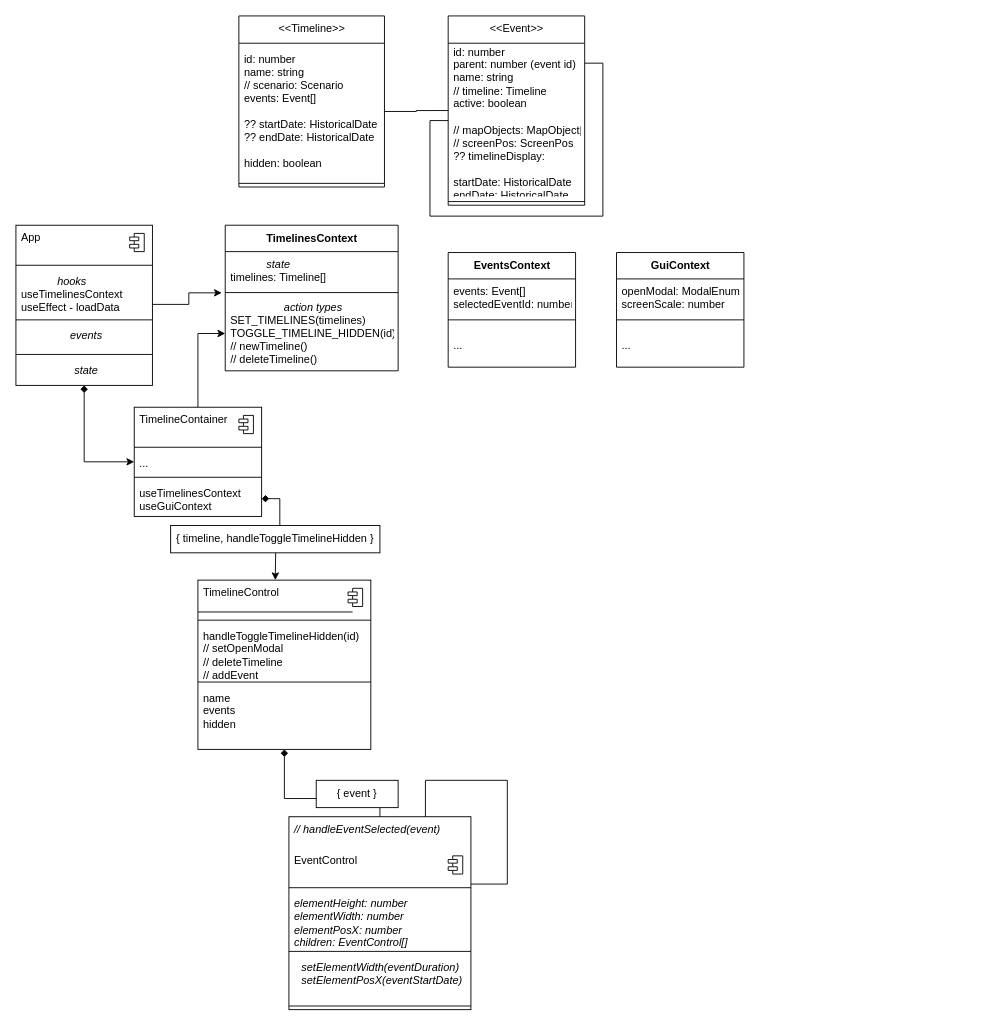
The draw.io diagram src/docs/class-diagram.drawio in Matron/drawings, before the edit. Source tidied: cells renumbered, new cells numbered last; positions are measured from the earlier drawing's top-left corner, leaving out a move shared by most shapes. Both pictures are drawn from the tidied source at 91%, with x=0, y=0 at pixel (15, 15).
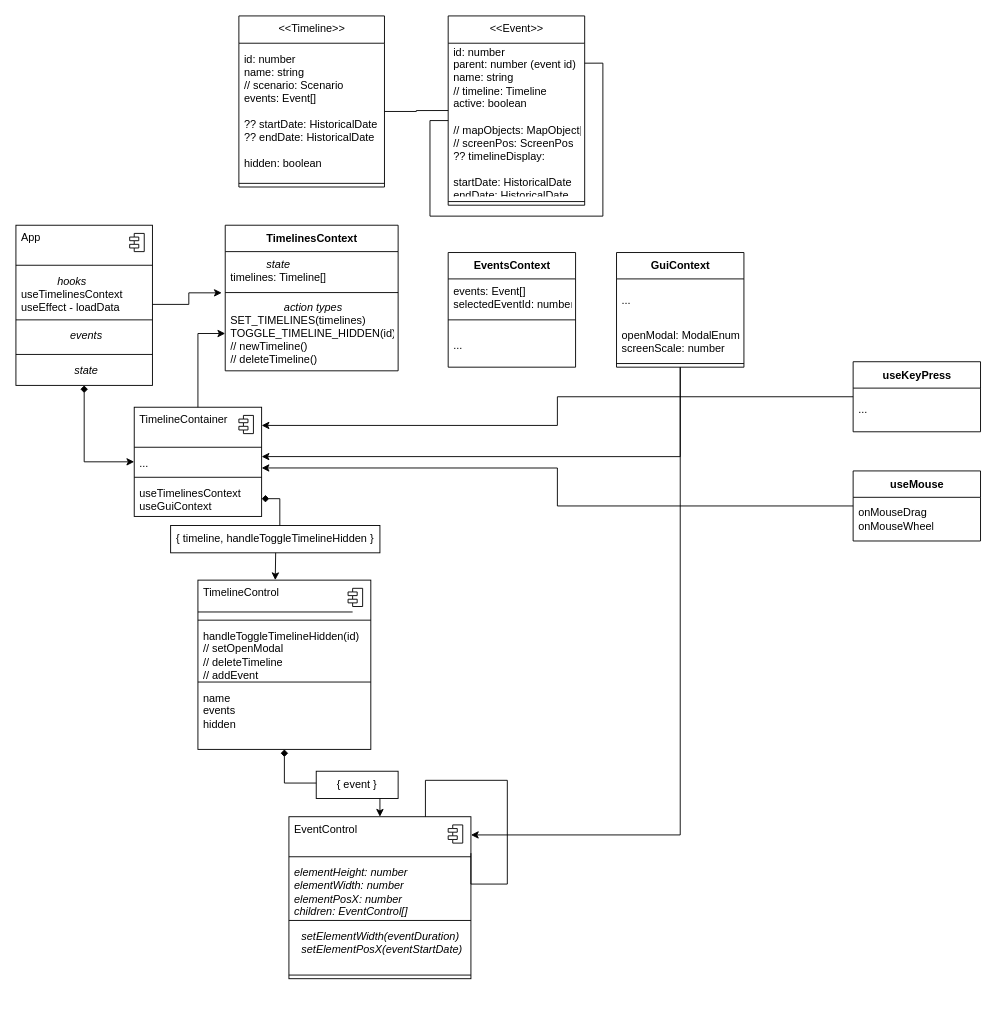
After the change.

Unchanged cells that the change refers to:
```xml
<mxCell id="27" value="TimelineContainer" style="html=1;align=left;spacingLeft=4;verticalAlign=top;strokeColor=none;fillColor=none;" parent="26" vertex="1">
  <mxGeometry width="140" height="40" as="geometry" />
</mxCell>
<mxCell id="30" value="..." style="html=1;align=left;spacingLeft=4;verticalAlign=top;strokeColor=none;fillColor=none;" parent="26" vertex="1">
  <mxGeometry y="48" width="140" height="25" as="geometry" />
</mxCell>
<mxCell id="46" value="GuiContext" style="swimlane;fontStyle=1;align=center;verticalAlign=middle;horizontal=1;startSize=29;html=1;" parent="1" vertex="1">
  <mxGeometry x="660" y="260" width="140" height="126" as="geometry" />
</mxCell>
```

Diff of the diagram source:
```diff
@@
+    <mxCell id="65" style="edgeStyle=orthogonalEdgeStyle;rounded=0;jettySize=auto;html=1;entryX=1;entryY=0.25;entryDx=0;entryDy=0;" parent="1" edge="1" source="46" target="30">
+      <mxGeometry relative="1" as="geometry">
+        <Array as="points">
+          <mxPoint x="730" y="484" />
+        </Array>
+      </mxGeometry>
+    </mxCell>
+    <mxCell id="66" style="edgeStyle=orthogonalEdgeStyle;rounded=0;jettySize=auto;html=1;entryX=1;entryY=0.5;entryDx=0;entryDy=0;" parent="1" edge="1" source="46" target="55">
+      <mxGeometry relative="1" as="geometry">
+        <Array as="points">
+          <mxPoint x="730" y="900" />
+        </Array>
+      </mxGeometry>
+    </mxCell>
@@
+    <mxCell id="49" value="..." style="text;html=1;strokeColor=none;fillColor=none;align=left;verticalAlign=middle;spacingLeft=4;spacingRight=4;overflow=hidden;" parent="46" vertex="1">
+      <mxGeometry y="29" width="140" height="48" as="geometry" />
+    </mxCell>
     <mxCell id="47" value="openModal: ModalEnum&lt;br&gt;screenScale: number" style="text;html=1;strokeColor=none;fillColor=none;align=left;verticalAlign=middle;spacingLeft=4;spacingRight=4;overflow=hidden;" parent="46" vertex="1">
-      <mxGeometry y="29" width="140" height="41" as="geometry" />
+      <mxGeometry y="77" width="140" height="41" as="geometry" />
     </mxCell>
     <mxCell id="48" style="line;strokeWidth=1;fillColor=none;align=left;verticalAlign=middle;spacingTop=-1;spacingLeft=3;spacingRight=3;labelPosition=right;" parent="46" vertex="1">
-      <mxGeometry y="70" width="140" height="8" as="geometry" />
+      <mxGeometry y="118" width="140" height="8" as="geometry" />
     </mxCell>
-    <mxCell id="49" value="..." style="text;html=1;strokeColor=none;fillColor=none;align=left;verticalAlign=middle;spacingLeft=4;spacingRight=4;overflow=hidden;" parent="46" vertex="1">
-      <mxGeometry y="78" width="140" height="48" as="geometry" />
-    </mxCell>
@@
     <mxCell id="53" style="fontStyle=1;align=center;verticalAlign=top;horizontal=1;" parent="1" vertex="1">
-      <mxGeometry x="300" y="880" width="200" height="212" as="geometry" />
+      <mxGeometry x="300" y="880" width="200" height="178" as="geometry" />
     </mxCell>
-    <mxCell id="54" value="&lt;i&gt;// handleEventSelected(event)&lt;br&gt;&lt;/i&gt;" style="html=1;align=left;spacingLeft=4;verticalAlign=top;strokeColor=none;fillColor=none;" parent="53" vertex="1">
-      <mxGeometry width="200" height="34" as="geometry" />
-    </mxCell>
     <mxCell id="55" value="EventControl" style="html=1;align=left;spacingLeft=4;verticalAlign=top;strokeColor=none;fillColor=none;" parent="53" vertex="1">
-      <mxGeometry y="34" width="200" height="40" as="geometry" />
+      <mxGeometry width="200" height="40" as="geometry" />
     </mxCell>
@@
     <mxCell id="57" style="line;strokeWidth=1;fillColor=none;align=left;verticalAlign=middle;spacingTop=-1;spacingLeft=3;spacingRight=3;labelPosition=right;" parent="53" vertex="1">
-      <mxGeometry y="74" width="200" height="8" as="geometry" />
+      <mxGeometry y="40" width="200" height="8" as="geometry" />
     </mxCell>
     <mxCell id="58" value="&lt;div&gt;&lt;i&gt;elementHeight: number&lt;/i&gt;&lt;/div&gt;&lt;div&gt;&lt;i&gt;elementWidth: number&lt;/i&gt;&lt;/div&gt;&lt;div&gt;&lt;i&gt;elementPosX: number&lt;/i&gt;&lt;/div&gt;&lt;div&gt;&lt;i&gt;children: EventControl[]&lt;/i&gt;&lt;/div&gt;" style="html=1;align=left;spacingLeft=4;verticalAlign=top;strokeColor=none;fillColor=none;" parent="53" vertex="1">
-      <mxGeometry y="82" width="200" height="62" as="geometry" />
+      <mxGeometry y="48" width="200" height="62" as="geometry" />
     </mxCell>
     <mxCell id="59" style="line;strokeWidth=1;fillColor=none;align=left;verticalAlign=middle;spacingTop=-1;spacingLeft=3;spacingRight=3;labelPosition=right;" parent="53" vertex="1">
-      <mxGeometry y="144" width="200" height="8" as="geometry" />
+      <mxGeometry y="110" width="200" height="8" as="geometry" />
     </mxCell>
     <mxCell id="60" value="&lt;div style=&quot;text-align: left&quot;&gt;&lt;i&gt;setElementWidth(eventDuration)&lt;/i&gt;&lt;/div&gt;&lt;i&gt;&lt;div style=&quot;text-align: left&quot;&gt;&lt;i&gt;setElementPosX(eventStartDate)&lt;/i&gt;&lt;/div&gt;&lt;/i&gt;" style="html=1;align=center;spacingLeft=4;verticalAlign=top;strokeColor=none;fillColor=none;" parent="53" vertex="1">
-      <mxGeometry y="152" width="200" height="52" as="geometry" />
+      <mxGeometry y="118" width="200" height="52" as="geometry" />
     </mxCell>
     <mxCell id="61" style="line;strokeWidth=1;fillColor=none;align=left;verticalAlign=middle;spacingTop=-1;spacingLeft=3;spacingRight=3;labelPosition=right;" parent="53" vertex="1">
-      <mxGeometry y="204" width="200" height="8" as="geometry" />
+      <mxGeometry y="170" width="200" height="8" as="geometry" />
     </mxCell>
-    <mxCell id="62" style="edgeStyle=orthogonalEdgeStyle;rounded=0;jettySize=auto;html=1;exitX=0.75;exitY=0;exitDx=0;exitDy=0;entryX=1;entryY=1;entryDx=0;entryDy=0;endArrow=none;endFill=0;" parent="53" edge="1" source="54" target="55">
+    <mxCell id="62" style="edgeStyle=orthogonalEdgeStyle;rounded=0;jettySize=auto;html=1;exitX=0.75;exitY=0;exitDx=0;exitDy=0;entryX=1;entryY=1;entryDx=0;entryDy=0;endArrow=none;endFill=0;" parent="53" edge="1" target="55">
       <mxGeometry relative="1" as="geometry">
+        <mxPoint x="150" as="sourcePoint" />
         <Array as="points">
           <mxPoint x="240" y="-40" />
           <mxPoint x="240" y="74" />
         </Array>
       </mxGeometry>
     </mxCell>
     <mxCell id="63" style="align=right;verticalAlign=top;spacingRight=2;" parent="1" vertex="1">
-      <mxGeometry x="330" y="840" width="90" height="30" as="geometry" />
+      <mxGeometry x="330" y="830" width="90" height="30" as="geometry" />
     </mxCell>
@@
+    <mxCell id="67" style="edgeStyle=orthogonalEdgeStyle;rounded=0;jettySize=auto;html=1;entryX=1;entryY=0.5;entryDx=0;entryDy=0;" parent="1" edge="1" source="68" target="27">
+      <mxGeometry relative="1" as="geometry" />
+    </mxCell>
+    <mxCell id="68" value="useKeyPress" style="swimlane;fontStyle=1;align=center;verticalAlign=middle;horizontal=1;startSize=29;html=1;" parent="1" vertex="1">
+      <mxGeometry x="920" y="380" width="140" height="77" as="geometry" />
+    </mxCell>
+    <mxCell id="69" value="..." style="text;html=1;strokeColor=none;fillColor=none;align=left;verticalAlign=middle;spacingLeft=4;spacingRight=4;overflow=hidden;" parent="68" vertex="1">
+      <mxGeometry y="29" width="140" height="48" as="geometry" />
+    </mxCell>
+    <mxCell id="70" style="edgeStyle=orthogonalEdgeStyle;rounded=0;jettySize=auto;html=1;entryX=1;entryY=0.75;entryDx=0;entryDy=0;" parent="1" edge="1" source="71" target="30">
+      <mxGeometry relative="1" as="geometry" />
+    </mxCell>
+    <mxCell id="71" value="useMouse" style="swimlane;fontStyle=1;align=center;verticalAlign=middle;horizontal=1;startSize=29;html=1;" parent="1" vertex="1">
+      <mxGeometry x="920" y="500" width="140" height="77" as="geometry" />
+    </mxCell>
+    <mxCell id="72" value="onMouseDrag&lt;br&gt;onMouseWheel" style="text;html=1;strokeColor=none;fillColor=none;align=left;verticalAlign=middle;spacingLeft=4;spacingRight=4;overflow=hidden;" parent="71" vertex="1">
+      <mxGeometry y="29" width="140" height="48" as="geometry" />
+    </mxCell>
```
